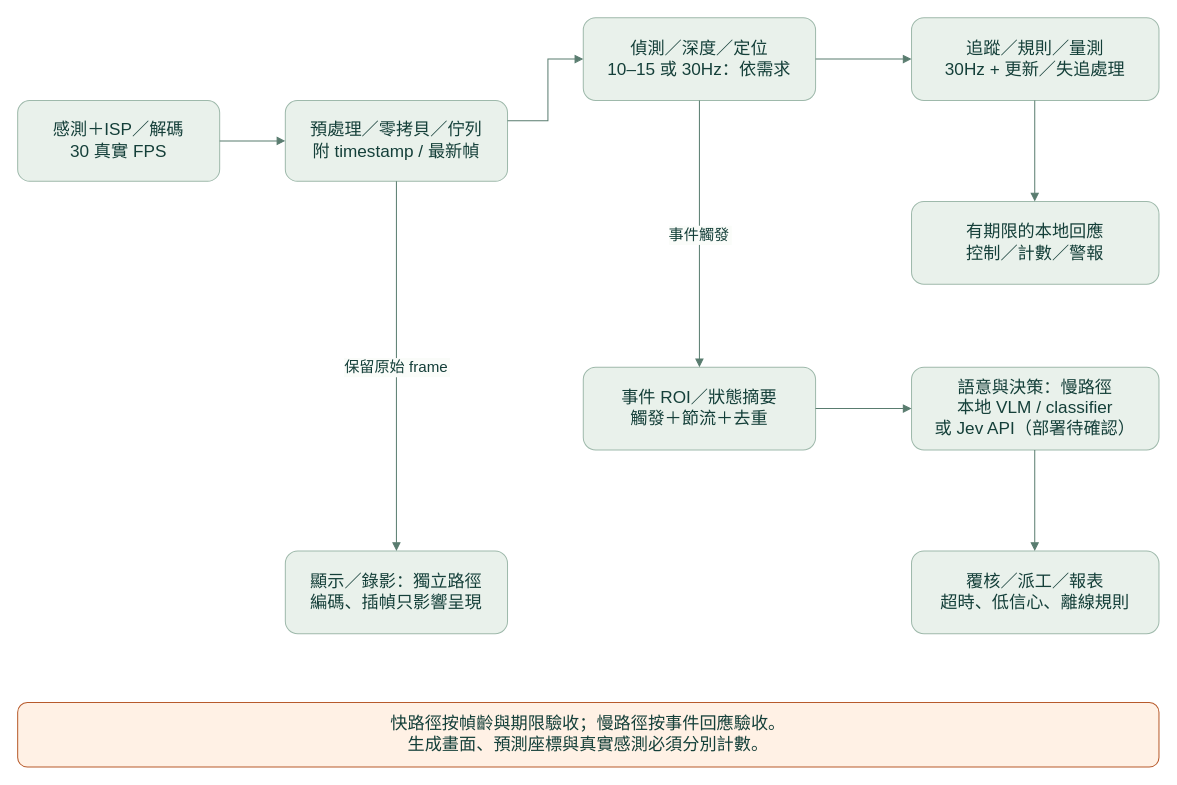
Above: page "02 快慢推論管線" (2 of 3) of edge-ai-guide/edge-ai-decision.drawio in a0665x/Edge-AI-hardware-blueprints (draw.io), before the change. Source tidied: cells renumbered, new cells numbered last; positions are measured from the earlier drawing's top-left corner, leaving out a move shared by most shapes. Both pictures are drawn from the tidied source at 101%, with x=0, y=0 at pixel (17, 17).
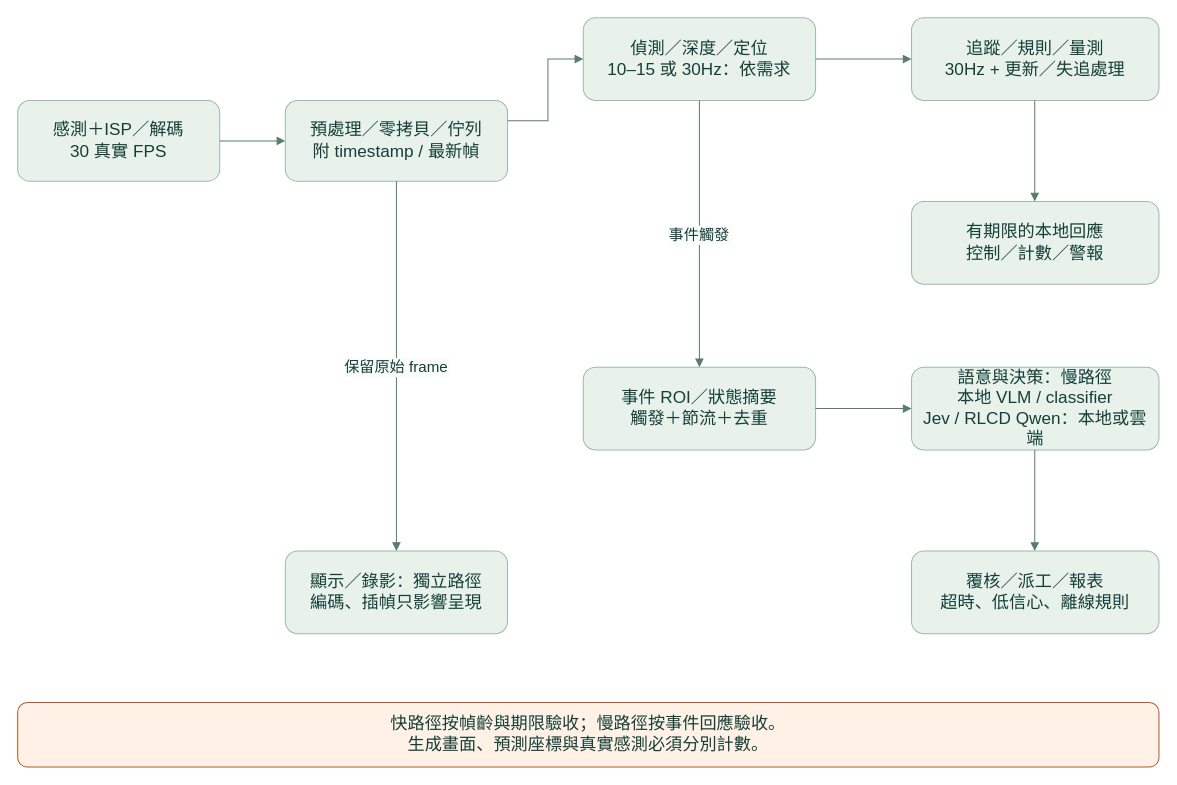
The same page after the edit.

Diff of the diagram source:
```diff
@@
-    <mxCell id="8" value="語意與決策：慢路徑&#10;本地 VLM / classifier&#10;或 Jev API（部署待確認）" style="rounded=1;arcSize=15;whiteSpace=wrap;html=0;fillColor=#e9f1eb;strokeColor=#9eb9ab;fontColor=#143f39;fontSize=17;fontFamily=Arial;spacing=8;" parent="1" vertex="1">
+    <mxCell id="8" value="語意與決策：慢路徑&#10;本地 VLM / classifier&#10;Jev / RLCD Qwen：本地或雲端" style="rounded=1;arcSize=15;whiteSpace=wrap;html=0;fillColor=#e9f1eb;strokeColor=#9eb9ab;fontColor=#143f39;fontSize=17;fontFamily=Arial;spacing=8;" parent="1" vertex="1">
       <mxGeometry x="885" y="346" width="245" height="82" as="geometry" />
     </mxCell>
```
